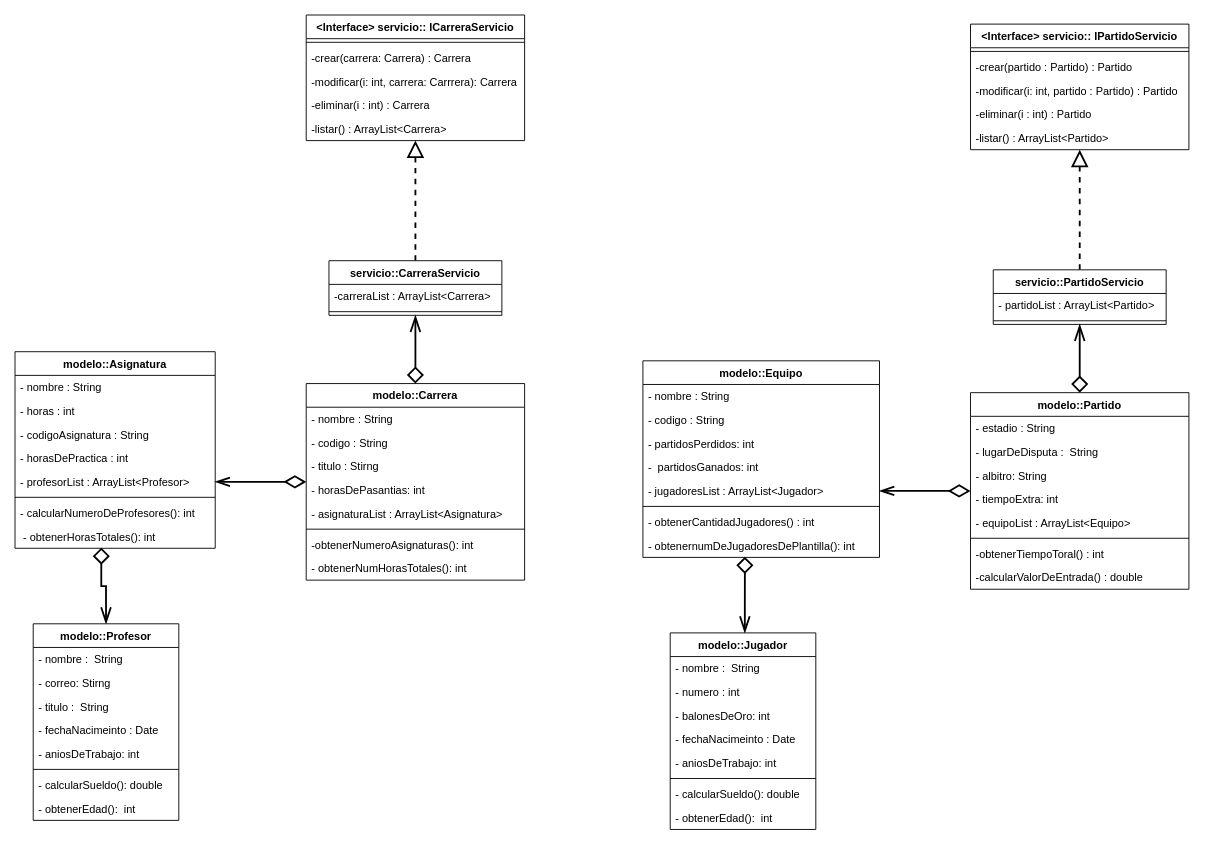
Earlier version of the draw.io diagram Untitled Diagram.drawio (AndyAbad21/Unidad_01_03). Source tidied: cells renumbered, new cells numbered last; positions are measured from the earlier drawing's top-left corner, leaving out a move shared by most shapes. Both pictures are drawn from the tidied source at 91%, with x=0, y=0 at pixel (15, 15).
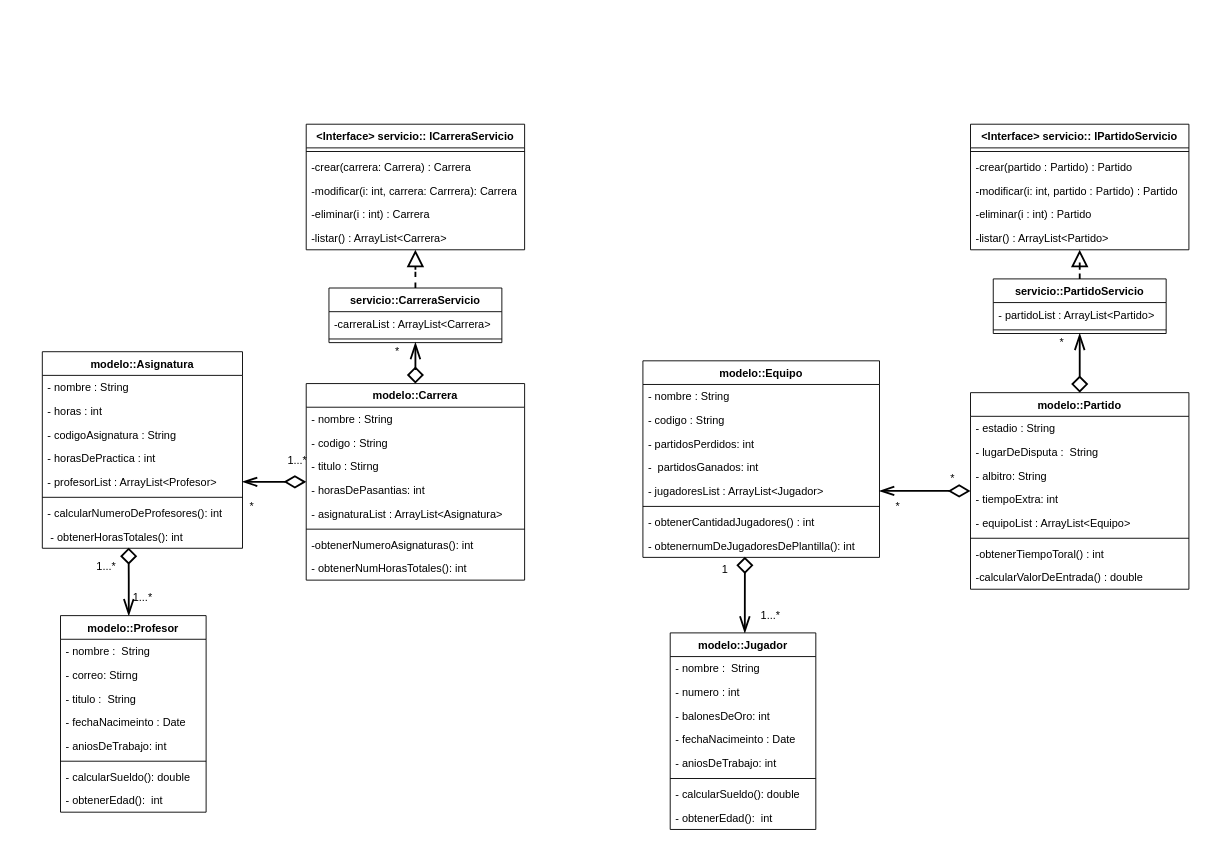
After the change.

Unchanged cells that the change refers to:
```xml
<mxCell id="21" value=" - obtenerHorasTotales(): int" style="text;strokeColor=none;fillColor=none;align=left;verticalAlign=top;spacingLeft=4;spacingRight=4;overflow=hidden;points=[[0,0.5],[1,0.5]];portConstraint=eastwest;" parent="13" vertex="1">
  <mxGeometry y="190" width="220" height="26" as="geometry" />
</mxCell>
```

Diff of the diagram source:
```diff
@@
     <mxCell id="13" value="modelo::Asignatura" style="swimlane;fontStyle=1;align=center;verticalAlign=top;horizontal=1;startSize=26;" parent="1" vertex="1">
-      <mxGeometry y="370" width="220" height="216" as="geometry" />
+      <mxGeometry x="30" y="370" width="220" height="216" as="geometry" />
     </mxCell>
@@
     <mxCell id="22" style="edgeStyle=orthogonalEdgeStyle;rounded=0;jettySize=auto;html=1;entryX=0.431;entryY=0.974;entryDx=0;entryDy=0;entryPerimeter=0;startArrow=openThin;startFill=0;endArrow=diamond;endFill=0;strokeWidth=2;endSize=14;startSize=14;" parent="1" edge="1" source="23" target="21">
-      <mxGeometry relative="1" as="geometry" />
+      <mxGeometry relative="1" as="geometry">
+        <Array as="points">
+          <mxPoint x="125" y="620" />
+          <mxPoint x="125" y="620" />
+        </Array>
+      </mxGeometry>
     </mxCell>
     <mxCell id="23" value="modelo::Profesor" style="swimlane;fontStyle=1;align=center;verticalAlign=top;horizontal=1;startSize=26;" parent="1" vertex="1">
-      <mxGeometry x="20" y="669" width="160" height="216" as="geometry" />
+      <mxGeometry x="50" y="660" width="160" height="216" as="geometry" />
     </mxCell>
@@
     <mxCell id="32" value="&lt;Interface&gt; servicio:: ICarreraServicio" style="swimlane;fontStyle=1;align=center;verticalAlign=top;horizontal=1;startSize=26;" parent="1" vertex="1">
-      <mxGeometry x="320" width="240" height="138" as="geometry" />
+      <mxGeometry x="320" y="120" width="240" height="138" as="geometry" />
     </mxCell>
@@
     <mxCell id="39" value="servicio::CarreraServicio" style="swimlane;fontStyle=1;align=center;verticalAlign=top;horizontal=1;startSize=26;" parent="1" vertex="1">
-      <mxGeometry x="345" y="270" width="190" height="60" as="geometry" />
+      <mxGeometry x="345" y="300" width="190" height="60" as="geometry" />
     </mxCell>
@@
     <mxCell id="72" value="&lt;Interface&gt; servicio:: IPartidoServicio" style="swimlane;fontStyle=1;align=center;verticalAlign=top;horizontal=1;startSize=26;" parent="1" vertex="1">
-      <mxGeometry x="1050" y="10" width="240" height="138" as="geometry" />
+      <mxGeometry x="1050" y="120" width="240" height="138" as="geometry" />
     </mxCell>
@@
     <mxCell id="79" value="servicio::PartidoServicio" style="swimlane;fontStyle=1;align=center;verticalAlign=top;horizontal=1;startSize=26;" parent="1" vertex="1">
-      <mxGeometry x="1075" y="280" width="190" height="60" as="geometry" />
+      <mxGeometry x="1075" y="290" width="190" height="60" as="geometry" />
     </mxCell>
@@
+    <mxCell id="82" value="*" style="text;html=1;align=center;verticalAlign=middle;strokeColor=none;fillColor=none;" parent="1" vertex="1">
+      <mxGeometry x="250" y="530" width="20" height="20" as="geometry" />
+    </mxCell>
+    <mxCell id="83" value="1...*" style="text;html=1;align=center;verticalAlign=middle;strokeColor=none;fillColor=none;" parent="1" vertex="1">
+      <mxGeometry x="120" y="630" width="40" height="20" as="geometry" />
+    </mxCell>
+    <mxCell id="84" value="*" style="text;html=1;align=center;verticalAlign=middle;strokeColor=none;fillColor=none;" parent="1" vertex="1">
+      <mxGeometry x="410" y="360" width="20" height="20" as="geometry" />
+    </mxCell>
+    <mxCell id="85" value="1...*" style="text;html=1;align=center;verticalAlign=middle;strokeColor=none;fillColor=none;" parent="1" vertex="1">
+      <mxGeometry x="80" y="596" width="40" height="20" as="geometry" />
+    </mxCell>
+    <mxCell id="86" value="1...*" style="text;html=1;align=center;verticalAlign=middle;strokeColor=none;fillColor=none;" parent="1" vertex="1">
+      <mxGeometry x="290" y="480" width="40" height="20" as="geometry" />
+    </mxCell>
+    <mxCell id="87" value="1...*" style="text;html=1;align=center;verticalAlign=middle;strokeColor=none;fillColor=none;" parent="1" vertex="1">
+      <mxGeometry x="810" y="650" width="40" height="20" as="geometry" />
+    </mxCell>
+    <mxCell id="88" value="1" style="text;html=1;align=center;verticalAlign=middle;strokeColor=none;fillColor=none;" parent="1" vertex="1">
+      <mxGeometry x="770" y="600" width="20" height="20" as="geometry" />
+    </mxCell>
+    <mxCell id="89" value="*" style="text;html=1;align=center;verticalAlign=middle;strokeColor=none;fillColor=none;" parent="1" vertex="1">
+      <mxGeometry x="1020" y="500" width="20" height="20" as="geometry" />
+    </mxCell>
+    <mxCell id="90" value="*" style="text;html=1;align=center;verticalAlign=middle;strokeColor=none;fillColor=none;" parent="1" vertex="1">
+      <mxGeometry x="960" y="530" width="20" height="20" as="geometry" />
+    </mxCell>
+    <mxCell id="91" value="*" style="text;html=1;align=center;verticalAlign=middle;strokeColor=none;fillColor=none;" parent="1" vertex="1">
+      <mxGeometry x="1140" y="350" width="20" height="20" as="geometry" />
+    </mxCell>
```
